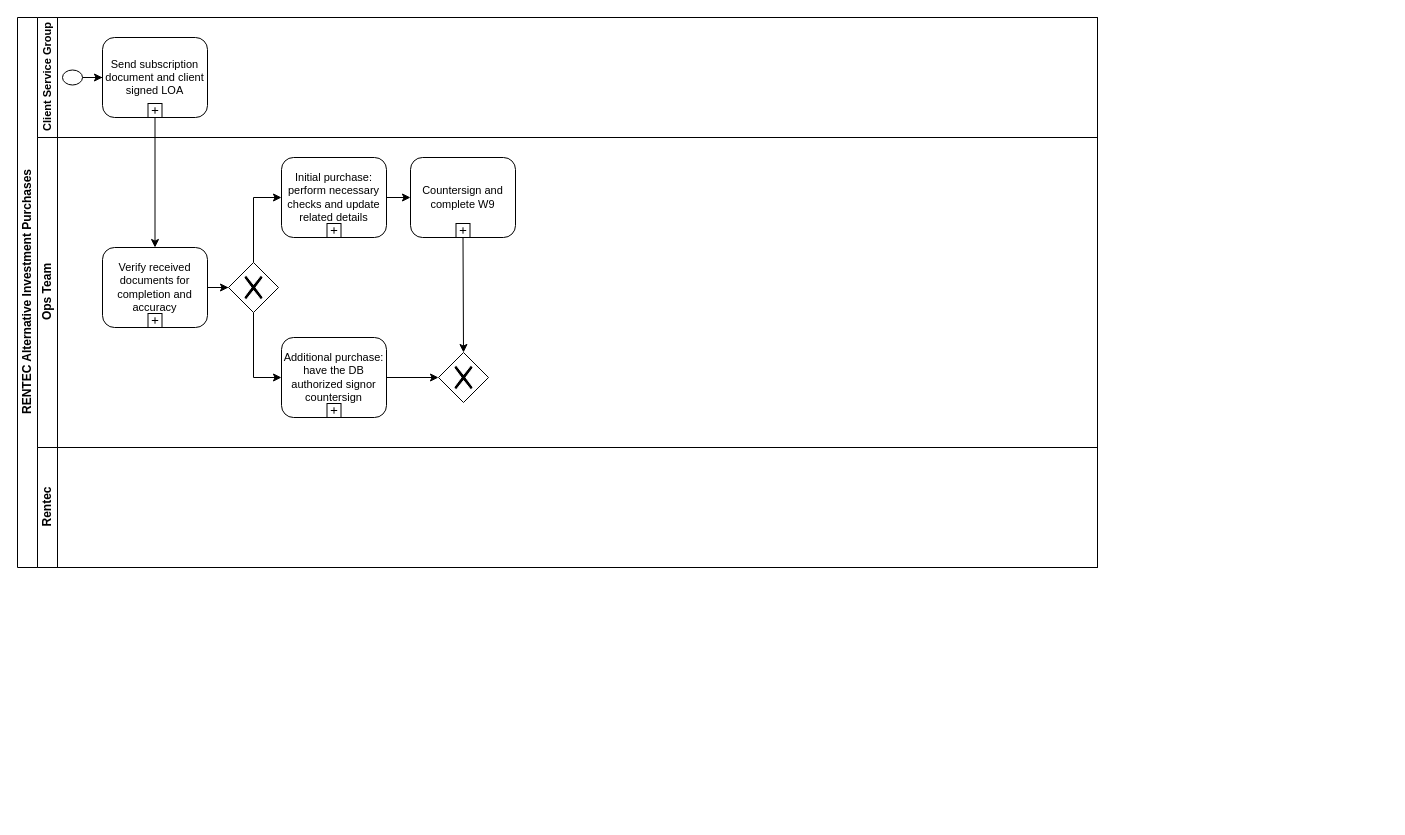
The draw.io diagram rentec.drawio in yvetuy/diagrams, before the edit. Source tidied: cells renumbered, new cells numbered last; positions are measured from the earlier drawing's top-left corner, leaving out a move shared by most shapes. Both pictures are drawn from the tidied source at 100%, with x=0, y=0 at pixel (17, 17).
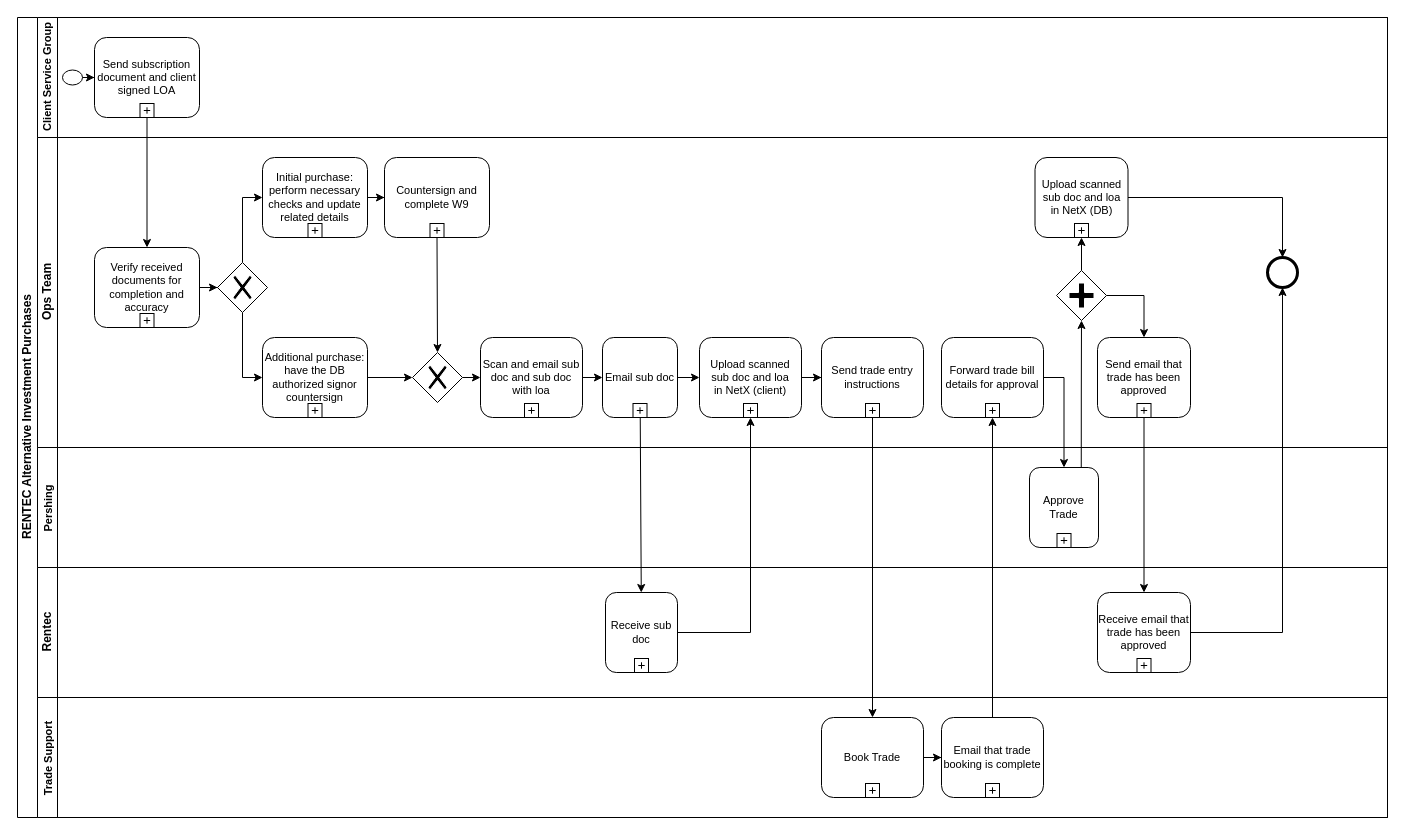
The same page after the edit.

Change to the diagram source:
```diff
@@
     <mxCell id="2" value="RENTEC Alternative Investment Purchases" style="swimlane;html=1;horizontal=0;startSize=20;" parent="1" vertex="1">
-      <mxGeometry width="1080" height="550" as="geometry" />
+      <mxGeometry width="1370" height="800" as="geometry" />
     </mxCell>
     <mxCell id="3" value="Client Service Group" style="swimlane;html=1;startSize=20;horizontal=0;fontSize=11;" parent="2" vertex="1">
-      <mxGeometry x="20" width="1060" height="120" as="geometry" />
+      <mxGeometry x="20" width="1350" height="120" as="geometry" />
     </mxCell>
@@
     <mxCell id="6" value="Send subscription document and client signed LOA" style="html=1;whiteSpace=wrap;rounded=1;fontSize=11;" parent="3" vertex="1">
-      <mxGeometry x="65" y="20" width="105" height="80" as="geometry" />
+      <mxGeometry x="57" y="20" width="105" height="80" as="geometry" />
     </mxCell>
@@
     <mxCell id="8" value="Ops Team" style="swimlane;html=1;startSize=20;horizontal=0;" parent="2" vertex="1">
-      <mxGeometry x="20" y="120" width="1060" height="310" as="geometry" />
+      <mxGeometry x="20" y="120" width="1350" height="310" as="geometry" />
     </mxCell>
@@
+    <mxCell id="27" style="edgeStyle=orthogonalEdgeStyle;rounded=0;jettySize=auto;html=1;exitX=1;exitY=0.5;exitDx=0;exitDy=0;entryX=0.5;entryY=0;entryDx=0;entryDy=0;fontSize=11;" parent="8" edge="1" source="28" target="49">
+      <mxGeometry relative="1" as="geometry" />
+    </mxCell>
+    <mxCell id="28" value="Upload scanned sub doc and loa in&amp;nbsp;NetX (DB)" style="html=1;whiteSpace=wrap;rounded=1;fontSize=11;" parent="8" vertex="1">
+      <mxGeometry x="997.5" y="20" width="93" height="80" as="geometry" />
+    </mxCell>
+    <mxCell id="29" style="html=1;shape=plus;outlineConnect=0;" parent="28" vertex="1">
+      <mxGeometry x="0.5" y="1" width="14" height="14" relative="1" as="geometry">
+        <mxPoint x="-7" y="-14" as="offset" />
+      </mxGeometry>
+    </mxCell>
     <mxCell id="11" value="Initial purchase: perform necessary checks and update related details" style="html=1;whiteSpace=wrap;rounded=1;fontSize=11;" parent="8" vertex="1">
-      <mxGeometry x="244" y="20" width="105" height="80" as="geometry" />
+      <mxGeometry x="225" y="20" width="105" height="80" as="geometry" />
     </mxCell>
@@
     <mxCell id="15" value="Countersign and complete W9" style="html=1;whiteSpace=wrap;rounded=1;fontSize=11;" parent="8" vertex="1">
-      <mxGeometry x="373" y="20" width="105" height="80" as="geometry" />
+      <mxGeometry x="347" y="20" width="105" height="80" as="geometry" />
     </mxCell>
@@
     <mxCell id="18" style="shape=mxgraph.bpmn.shape;html=1;verticalLabelPosition=bottom;labelBackgroundColor=#ffffff;verticalAlign=top;align=center;perimeter=rhombusPerimeter;background=gateway;outlineConnect=0;outline=none;symbol=exclusiveGw;fontSize=11;" parent="8" vertex="1">
-      <mxGeometry x="191" y="125" width="50" height="50" as="geometry" />
+      <mxGeometry x="180" y="125" width="50" height="50" as="geometry" />
     </mxCell>
     <mxCell id="19" value="Verify received documents for completion and accuracy" style="html=1;whiteSpace=wrap;rounded=1;fontSize=11;" parent="8" vertex="1">
-      <mxGeometry x="65" y="110" width="105" height="80" as="geometry" />
+      <mxGeometry x="57" y="110" width="105" height="80" as="geometry" />
     </mxCell>
@@
+    <mxCell id="30" style="edgeStyle=none;rounded=0;jettySize=auto;html=1;fontSize=11;" parent="8" edge="1" source="38" target="36">
+      <mxGeometry relative="1" as="geometry" />
+    </mxCell>
+    <mxCell id="31" style="edgeStyle=orthogonalEdgeStyle;rounded=0;jettySize=auto;html=1;fontSize=11;" parent="8" edge="1" source="36" target="34">
+      <mxGeometry relative="1" as="geometry" />
+    </mxCell>
+    <mxCell id="32" value="Forward trade bill details for approval" style="html=1;whiteSpace=wrap;rounded=1;fontSize=11;" parent="8" vertex="1">
+      <mxGeometry x="904" y="200" width="102" height="80" as="geometry" />
+    </mxCell>
+    <mxCell id="33" style="html=1;shape=plus;" parent="32" vertex="1">
+      <mxGeometry x="0.5" y="1" width="14" height="14" relative="1" as="geometry">
+        <mxPoint x="-7" y="-14" as="offset" />
+      </mxGeometry>
+    </mxCell>
+    <mxCell id="34" value="Send trade entry instructions" style="html=1;whiteSpace=wrap;rounded=1;fontSize=11;" parent="8" vertex="1">
+      <mxGeometry x="784" y="200" width="102" height="80" as="geometry" />
+    </mxCell>
+    <mxCell id="35" style="html=1;shape=plus;" parent="34" vertex="1">
+      <mxGeometry x="0.5" y="1" width="14" height="14" relative="1" as="geometry">
+        <mxPoint x="-7" y="-14" as="offset" />
+      </mxGeometry>
+    </mxCell>
+    <mxCell id="36" value="Upload scanned sub doc and loa in&amp;nbsp;NetX (client)" style="html=1;whiteSpace=wrap;rounded=1;fontSize=11;" parent="8" vertex="1">
+      <mxGeometry x="662" y="200" width="102" height="80" as="geometry" />
+    </mxCell>
+    <mxCell id="37" style="html=1;shape=plus;outlineConnect=0;" parent="36" vertex="1">
+      <mxGeometry x="0.5" y="1" width="14" height="14" relative="1" as="geometry">
+        <mxPoint x="-7" y="-14" as="offset" />
+      </mxGeometry>
+    </mxCell>
+    <mxCell id="38" value="Email sub doc" style="html=1;whiteSpace=wrap;rounded=1;fontSize=11;" parent="8" vertex="1">
+      <mxGeometry x="565" y="200" width="75" height="80" as="geometry" />
+    </mxCell>
+    <mxCell id="39" style="html=1;shape=plus;" parent="38" vertex="1">
+      <mxGeometry x="0.5" y="1" width="14" height="14" relative="1" as="geometry">
+        <mxPoint x="-7" y="-14" as="offset" />
+      </mxGeometry>
+    </mxCell>
     <mxCell id="22" value="Additional purchase: have the DB authorized signor countersign" style="html=1;whiteSpace=wrap;rounded=1;fontSize=11;" parent="8" vertex="1">
-      <mxGeometry x="244" y="200" width="105" height="80" as="geometry" />
+      <mxGeometry x="225" y="200" width="105" height="80" as="geometry" />
     </mxCell>
@@
+    <mxCell id="40" style="edgeStyle=none;rounded=0;jettySize=auto;html=1;fontSize=11;" parent="8" edge="1" source="24" target="42">
+      <mxGeometry relative="1" as="geometry" />
+    </mxCell>
     <mxCell id="24" style="shape=mxgraph.bpmn.shape;html=1;verticalLabelPosition=bottom;labelBackgroundColor=#ffffff;verticalAlign=top;align=center;perimeter=rhombusPerimeter;background=gateway;outlineConnect=0;outline=none;symbol=exclusiveGw;fontSize=11;" parent="8" vertex="1">
-      <mxGeometry x="401" y="215" width="50" height="50" as="geometry" />
+      <mxGeometry x="375" y="215" width="50" height="50" as="geometry" />
     </mxCell>
+    <mxCell id="41" style="edgeStyle=none;rounded=0;jettySize=auto;html=1;fontSize=11;" parent="8" edge="1" source="42" target="38">
+      <mxGeometry relative="1" as="geometry" />
+    </mxCell>
+    <mxCell id="42" value="Scan and email sub doc and sub doc with loa" style="html=1;whiteSpace=wrap;rounded=1;fontSize=11;" parent="8" vertex="1">
+      <mxGeometry x="443" y="200" width="102" height="80" as="geometry" />
+    </mxCell>
+    <mxCell id="43" style="html=1;shape=plus;" parent="42" vertex="1">
+      <mxGeometry x="0.5" y="1" width="14" height="14" relative="1" as="geometry">
+        <mxPoint x="-7" y="-14" as="offset" />
+      </mxGeometry>
+    </mxCell>
+    <mxCell id="44" style="edgeStyle=orthogonalEdgeStyle;rounded=0;jettySize=auto;html=1;exitX=1;exitY=0.5;exitDx=0;exitDy=0;entryX=0.5;entryY=0;entryDx=0;entryDy=0;fontSize=11;" parent="8" edge="1" source="46" target="47">
+      <mxGeometry relative="1" as="geometry" />
+    </mxCell>
+    <mxCell id="45" style="edgeStyle=orthogonalEdgeStyle;rounded=0;jettySize=auto;html=1;exitX=0.5;exitY=0;exitDx=0;exitDy=0;entryX=0.5;entryY=1;entryDx=0;entryDy=0;fontSize=11;" parent="8" edge="1" source="46" target="29">
+      <mxGeometry relative="1" as="geometry" />
+    </mxCell>
+    <mxCell id="46" style="shape=mxgraph.bpmn.shape;html=1;verticalLabelPosition=bottom;labelBackgroundColor=#ffffff;verticalAlign=top;align=center;perimeter=rhombusPerimeter;background=gateway;outlineConnect=0;outline=none;symbol=parallelGw;fontSize=11;" parent="8" vertex="1">
+      <mxGeometry x="1019" y="133" width="50" height="50" as="geometry" />
+    </mxCell>
+    <mxCell id="47" value="Send email that trade has been approved" style="html=1;whiteSpace=wrap;rounded=1;fontSize=11;" parent="8" vertex="1">
+      <mxGeometry x="1060" y="200" width="93" height="80" as="geometry" />
+    </mxCell>
+    <mxCell id="48" style="html=1;shape=plus;outlineConnect=0;" parent="47" vertex="1">
+      <mxGeometry x="0.5" y="1" width="14" height="14" relative="1" as="geometry">
+        <mxPoint x="-7" y="-14" as="offset" />
+      </mxGeometry>
+    </mxCell>
+    <mxCell id="49" style="shape=mxgraph.bpmn.shape;html=1;verticalLabelPosition=bottom;labelBackgroundColor=#ffffff;verticalAlign=top;align=center;perimeter=ellipsePerimeter;outlineConnect=0;outline=end;symbol=general;fontSize=11;" parent="8" vertex="1">
+      <mxGeometry x="1230" y="120" width="30" height="30" as="geometry" />
+    </mxCell>
+    <mxCell id="50" value="Pershing" style="swimlane;startSize=20;horizontal=0;fontSize=11;" parent="2" vertex="1">
+      <mxGeometry x="20" y="430" width="1350" height="120" as="geometry" />
+    </mxCell>
+    <mxCell id="51" value="Approve Trade" style="html=1;whiteSpace=wrap;rounded=1;fontSize=11;" parent="50" vertex="1">
+      <mxGeometry x="992" y="20" width="69" height="80" as="geometry" />
+    </mxCell>
+    <mxCell id="52" style="html=1;shape=plus;" parent="51" vertex="1">
+      <mxGeometry x="0.5" y="1" width="14" height="14" relative="1" as="geometry">
+        <mxPoint x="-7" y="-14" as="offset" />
+      </mxGeometry>
+    </mxCell>
     <mxCell id="25" value="Rentec" style="swimlane;html=1;startSize=20;horizontal=0;" parent="2" vertex="1">
-      <mxGeometry x="20" y="430" width="1060" height="120" as="geometry" />
+      <mxGeometry x="20" y="550" width="1350" height="130" as="geometry" />
     </mxCell>
+    <mxCell id="53" value="Receive email that trade has been approved" style="html=1;whiteSpace=wrap;rounded=1;fontSize=11;" parent="25" vertex="1">
+      <mxGeometry x="1060" y="25" width="93" height="80" as="geometry" />
+    </mxCell>
+    <mxCell id="54" style="html=1;shape=plus;" parent="53" vertex="1">
+      <mxGeometry x="0.5" y="1" width="14" height="14" relative="1" as="geometry">
+        <mxPoint x="-7" y="-14" as="offset" />
+      </mxGeometry>
+    </mxCell>
+    <mxCell id="55" value="Receive sub doc" style="html=1;whiteSpace=wrap;rounded=1;fontSize=11;" parent="25" vertex="1">
+      <mxGeometry x="568" y="25" width="72" height="80" as="geometry" />
+    </mxCell>
+    <mxCell id="56" style="html=1;shape=plus;" parent="55" vertex="1">
+      <mxGeometry x="0.5" y="1" width="14" height="14" relative="1" as="geometry">
+        <mxPoint x="-7" y="-14" as="offset" />
+      </mxGeometry>
+    </mxCell>
@@
+    <mxCell id="57" style="edgeStyle=none;rounded=0;jettySize=auto;html=1;fontSize=11;" parent="2" edge="1" source="38" target="55">
+      <mxGeometry relative="1" as="geometry" />
+    </mxCell>
+    <mxCell id="58" style="edgeStyle=orthogonalEdgeStyle;rounded=0;jettySize=auto;html=1;exitX=1;exitY=0.5;exitDx=0;exitDy=0;entryX=0.5;entryY=1;entryDx=0;entryDy=0;fontSize=11;" parent="2" edge="1" source="55" target="37">
+      <mxGeometry relative="1" as="geometry" />
+    </mxCell>
+    <mxCell id="59" value="Trade Support" style="swimlane;startSize=20;horizontal=0;fontSize=11;" parent="2" vertex="1">
+      <mxGeometry x="20" y="680" width="1350" height="120" as="geometry" />
+    </mxCell>
+    <mxCell id="60" style="edgeStyle=orthogonalEdgeStyle;rounded=0;jettySize=auto;html=1;fontSize=11;" parent="59" edge="1" source="63" target="61">
+      <mxGeometry relative="1" as="geometry" />
+    </mxCell>
+    <mxCell id="61" value="Email that trade booking is complete" style="html=1;whiteSpace=wrap;rounded=1;fontSize=11;" parent="59" vertex="1">
+      <mxGeometry x="904" y="20" width="102" height="80" as="geometry" />
+    </mxCell>
+    <mxCell id="62" style="html=1;shape=plus;" parent="61" vertex="1">
+      <mxGeometry x="0.5" y="1" width="14" height="14" relative="1" as="geometry">
+        <mxPoint x="-7" y="-14" as="offset" />
+      </mxGeometry>
+    </mxCell>
+    <mxCell id="63" value="Book Trade" style="html=1;whiteSpace=wrap;rounded=1;fontSize=11;" parent="59" vertex="1">
+      <mxGeometry x="784" y="20" width="102" height="80" as="geometry" />
+    </mxCell>
+    <mxCell id="64" style="html=1;shape=plus;" parent="63" vertex="1">
+      <mxGeometry x="0.5" y="1" width="14" height="14" relative="1" as="geometry">
+        <mxPoint x="-7" y="-14" as="offset" />
+      </mxGeometry>
+    </mxCell>
+    <mxCell id="65" style="edgeStyle=orthogonalEdgeStyle;rounded=0;jettySize=auto;html=1;fontSize=11;" parent="2" edge="1" source="34" target="63">
+      <mxGeometry relative="1" as="geometry" />
+    </mxCell>
+    <mxCell id="66" style="edgeStyle=orthogonalEdgeStyle;rounded=0;jettySize=auto;html=1;fontSize=11;" parent="2" edge="1" source="61" target="32">
+      <mxGeometry relative="1" as="geometry" />
+    </mxCell>
+    <mxCell id="67" style="edgeStyle=orthogonalEdgeStyle;rounded=0;jettySize=auto;html=1;fontSize=11;exitX=1;exitY=0.5;exitDx=0;exitDy=0;entryX=0.5;entryY=0;entryDx=0;entryDy=0;" parent="2" edge="1" source="32" target="51">
+      <mxGeometry relative="1" as="geometry" />
+    </mxCell>
+    <mxCell id="68" style="edgeStyle=orthogonalEdgeStyle;rounded=0;jettySize=auto;html=1;exitX=0.75;exitY=0;exitDx=0;exitDy=0;entryX=0.5;entryY=1;entryDx=0;entryDy=0;fontSize=11;" parent="2" edge="1" source="51" target="46">
+      <mxGeometry relative="1" as="geometry" />
+    </mxCell>
+    <mxCell id="69" style="edgeStyle=orthogonalEdgeStyle;rounded=0;jettySize=auto;html=1;exitX=0.5;exitY=1;exitDx=0;exitDy=0;fontSize=11;" parent="2" edge="1" source="48" target="53">
+      <mxGeometry relative="1" as="geometry" />
+    </mxCell>
+    <mxCell id="70" style="edgeStyle=orthogonalEdgeStyle;rounded=0;jettySize=auto;html=1;exitX=1;exitY=0.5;exitDx=0;exitDy=0;entryX=0.5;entryY=1;entryDx=0;entryDy=0;fontSize=11;" parent="2" edge="1" source="53" target="49">
+      <mxGeometry relative="1" as="geometry" />
+    </mxCell>
```
